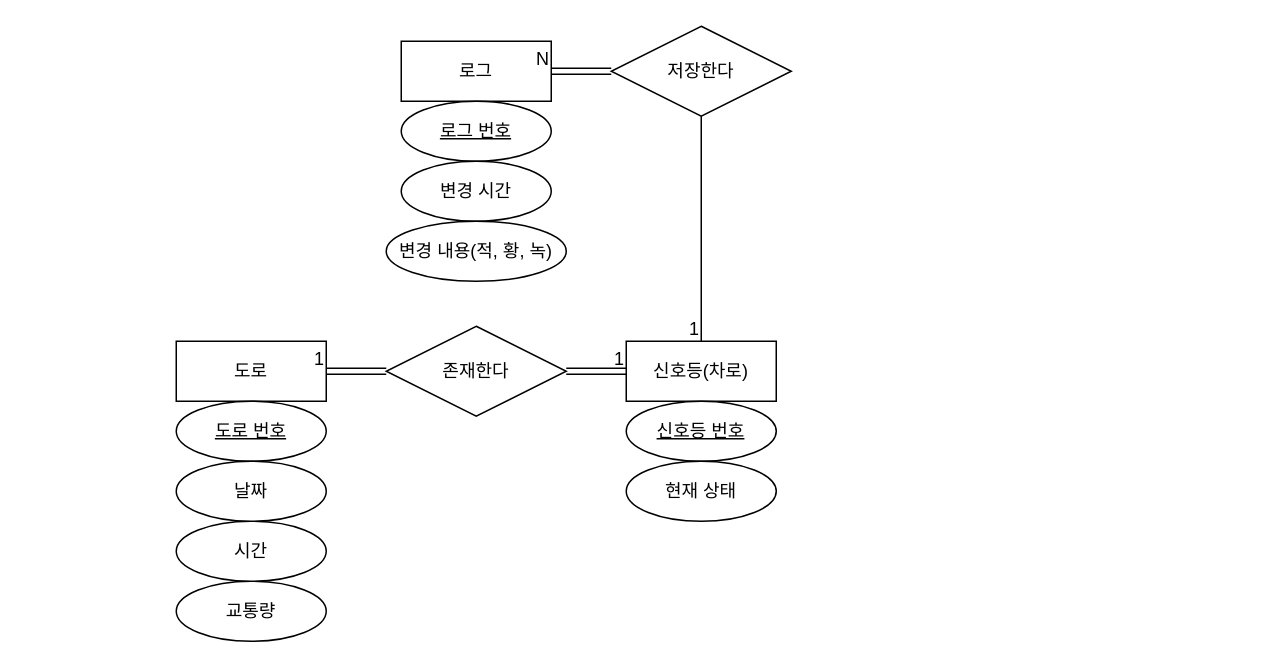
The draw.io diagram 캡스톤 디자인/ERD/교통관리.drawio in Wjfjs/Capstone, before the edit. Source tidied: cells renumbered, new cells numbered last; positions are measured from the earlier drawing's top-left corner, leaving out a move shared by most shapes. Both pictures are drawn from the tidied source at 150%, with x=0, y=0 at pixel (176, 26).
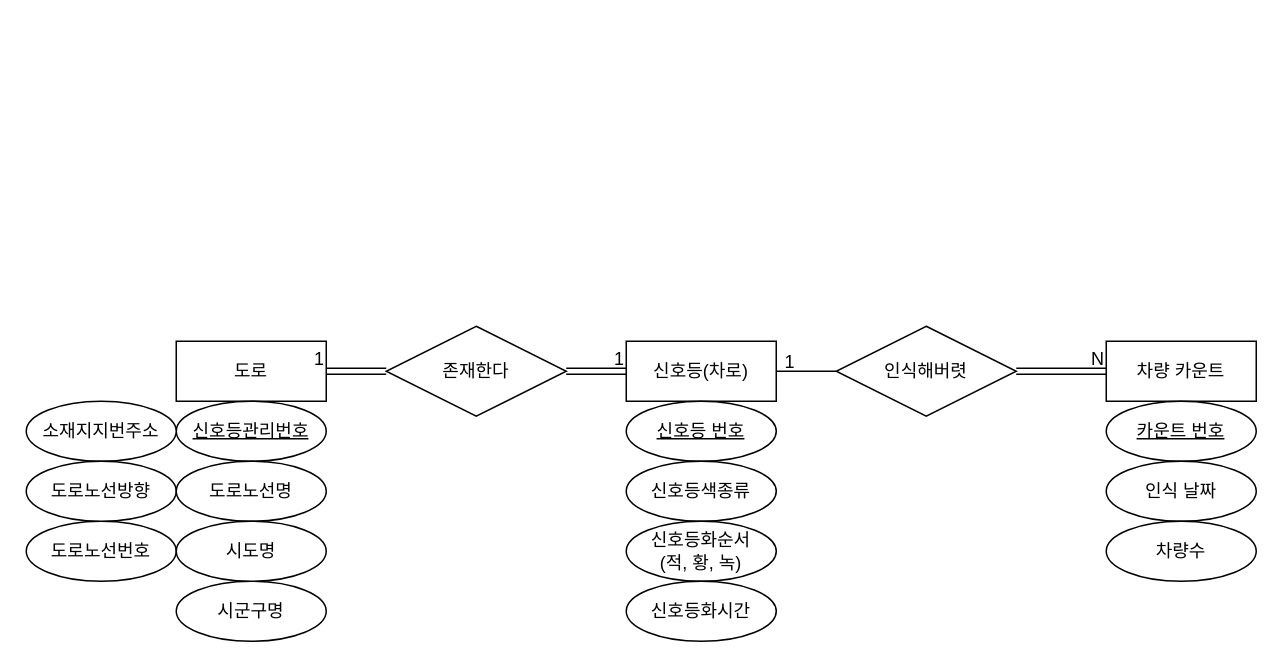
The same diagram, later.

Commit message:
교통관리.drawio 업데이트

The change refers to these unchanged cells:
```xml
<mxCell id="11" value="신호등(차로)" style="whiteSpace=wrap;html=1;align=center;" parent="1" vertex="1">
  <mxGeometry x="300" y="210" width="100" height="40" as="geometry" />
</mxCell>
```

What changed in the source:
```diff
@@
-    <mxCell id="3" value="교통량" style="ellipse;whiteSpace=wrap;html=1;align=center;" parent="1" vertex="1">
+    <mxCell id="3" value="시군구명" style="ellipse;whiteSpace=wrap;html=1;align=center;" parent="1" vertex="1">
       <mxGeometry y="370" width="100" height="40" as="geometry" />
     </mxCell>
-    <mxCell id="4" value="도로 번호" style="ellipse;whiteSpace=wrap;html=1;align=center;fontStyle=4;" parent="1" vertex="1">
+    <mxCell id="4" value="신호등관리번호" style="ellipse;whiteSpace=wrap;html=1;align=center;fontStyle=4;" parent="1" vertex="1">
       <mxGeometry y="250" width="100" height="40" as="geometry" />
     </mxCell>
-    <mxCell id="5" value="시간" style="ellipse;whiteSpace=wrap;html=1;align=center;" parent="1" vertex="1">
-      <mxGeometry y="330" width="100" height="40" as="geometry" />
+    <mxCell id="5" value="도로노선번호" style="ellipse;whiteSpace=wrap;html=1;align=center;" parent="1" vertex="1">
+      <mxGeometry x="-100" y="330" width="100" height="40" as="geometry" />
     </mxCell>
@@
-    <mxCell id="7" value="로그" style="whiteSpace=wrap;html=1;align=center;" parent="1" vertex="1">
-      <mxGeometry x="150" y="10" width="100" height="40" as="geometry" />
-    </mxCell>
-    <mxCell id="8" value="로그 번호" style="ellipse;whiteSpace=wrap;html=1;align=center;fontStyle=4;" parent="1" vertex="1">
-      <mxGeometry x="150" y="50" width="100" height="40" as="geometry" />
-    </mxCell>
-    <mxCell id="9" value="변경 시간" style="ellipse;whiteSpace=wrap;html=1;align=center;" parent="1" vertex="1">
-      <mxGeometry x="150" y="90" width="100" height="40" as="geometry" />
-    </mxCell>
-    <mxCell id="10" value="저장한다" style="shape=rhombus;perimeter=rhombusPerimeter;whiteSpace=wrap;html=1;align=center;" parent="1" vertex="1">
-      <mxGeometry x="290" width="120" height="60" as="geometry" />
-    </mxCell>
@@
-    <mxCell id="13" value="현재 상태" style="ellipse;whiteSpace=wrap;html=1;align=center;" parent="1" vertex="1">
+    <mxCell id="13" value="신호등색종류" style="ellipse;whiteSpace=wrap;html=1;align=center;" parent="1" vertex="1">
       <mxGeometry x="300" y="290" width="100" height="40" as="geometry" />
     </mxCell>
@@
-    <mxCell id="18" value="변경 내용(적, 황, 녹)" style="ellipse;whiteSpace=wrap;html=1;align=center;" parent="1" vertex="1">
-      <mxGeometry x="140" y="130" width="120" height="40" as="geometry" />
-    </mxCell>
-    <mxCell id="19" style="shape=link;html=1;rounded=0;entryX=1;entryY=0.5;entryDx=0;entryDy=0;exitX=0;exitY=0.5;exitDx=0;exitDy=0;" parent="1" edge="1" source="10" target="7">
-      <mxGeometry relative="1" as="geometry" />
-    </mxCell>
+    <mxCell id="24" value="차량 카운트" style="whiteSpace=wrap;html=1;align=center;" parent="1" vertex="1">
+      <mxGeometry x="620" y="210" width="100" height="40" as="geometry" />
+    </mxCell>
+    <mxCell id="25" value="카운트 번호" style="ellipse;whiteSpace=wrap;html=1;align=center;fontStyle=4;" parent="1" vertex="1">
+      <mxGeometry x="620" y="250" width="100" height="40" as="geometry" />
+    </mxCell>
+    <mxCell id="26" value="인식 날짜" style="ellipse;whiteSpace=wrap;html=1;align=center;" parent="1" vertex="1">
+      <mxGeometry x="620" y="290" width="100" height="40" as="geometry" />
+    </mxCell>
+    <mxCell id="27" value="차량수" style="ellipse;whiteSpace=wrap;html=1;align=center;" parent="1" vertex="1">
+      <mxGeometry x="620" y="330" width="100" height="40" as="geometry" />
+    </mxCell>
+    <mxCell id="28" value="소재지지번주소" style="ellipse;whiteSpace=wrap;html=1;align=center;" parent="1" vertex="1">
+      <mxGeometry x="-100" y="250" width="100" height="40" as="geometry" />
+    </mxCell>
+    <mxCell id="29" value="도로노선방향" style="ellipse;whiteSpace=wrap;html=1;align=center;" parent="1" vertex="1">
+      <mxGeometry x="-100" y="290" width="100" height="40" as="geometry" />
+    </mxCell>
+    <mxCell id="30" value="도로노선명" style="ellipse;whiteSpace=wrap;html=1;align=center;" parent="1" vertex="1">
+      <mxGeometry y="290" width="100" height="40" as="geometry" />
+    </mxCell>
+    <mxCell id="31" value="시도명" style="ellipse;whiteSpace=wrap;html=1;align=center;" parent="1" vertex="1">
+      <mxGeometry y="330" width="100" height="40" as="geometry" />
+    </mxCell>
+    <mxCell id="32" value="신호등화순서&lt;div&gt;(적, 황, 녹)&lt;/div&gt;" style="ellipse;whiteSpace=wrap;html=1;align=center;" parent="1" vertex="1">
+      <mxGeometry x="300" y="330" width="100" height="40" as="geometry" />
+    </mxCell>
+    <mxCell id="33" value="신호등화시간" style="ellipse;whiteSpace=wrap;html=1;align=center;" parent="1" vertex="1">
+      <mxGeometry x="300" y="370" width="100" height="40" as="geometry" />
+    </mxCell>
+    <mxCell id="34" value="인식해버렷" style="shape=rhombus;perimeter=rhombusPerimeter;whiteSpace=wrap;html=1;align=center;" parent="1" vertex="1">
+      <mxGeometry x="440" y="200" width="120" height="60" as="geometry" />
+    </mxCell>
+    <mxCell id="35" style="endArrow=none;html=1;rounded=0;entryX=0;entryY=0.5;entryDx=0;entryDy=0;" parent="1" edge="1" source="11" target="34">
+      <mxGeometry relative="1" as="geometry" />
+    </mxCell>
+    <mxCell id="36" style="shape=link;html=1;rounded=0;entryX=0;entryY=0.5;entryDx=0;entryDy=0;" parent="1" edge="1" source="34" target="24">
+      <mxGeometry relative="1" as="geometry" />
+    </mxCell>
-    <mxCell id="20" value="N" style="html=1;whiteSpace=wrap;align=right;verticalAlign=bottom;" parent="19" vertex="1">
+    <mxCell id="20" value="N" style="html=1;whiteSpace=wrap;align=right;verticalAlign=bottom;" parent="36" vertex="1">
       <mxGeometry x="1" relative="1" as="geometry" />
     </mxCell>
-    <mxCell id="21" style="endArrow=none;html=1;rounded=0;entryX=0.5;entryY=0;entryDx=0;entryDy=0;exitX=0.5;exitY=1;exitDx=0;exitDy=0;" parent="1" edge="1" source="10" target="11">
-      <mxGeometry relative="1" as="geometry" />
-    </mxCell>
-    <mxCell id="22" value="1" style="html=1;whiteSpace=wrap;align=right;verticalAlign=bottom;" parent="21" vertex="1">
-      <mxGeometry x="1" relative="1" as="geometry" />
+    <mxCell id="22" value="1" style="text;strokeColor=none;fillColor=none;spacingLeft=4;spacingRight=4;overflow=hidden;fontSize=12;whiteSpace=wrap;html=1;" parent="1" vertex="1">
+      <mxGeometry x="400" y="210" width="40" height="30" as="geometry" />
     </mxCell>
-    <mxCell id="23" value="날짜" style="ellipse;whiteSpace=wrap;html=1;align=center;" parent="1" vertex="1">
-      <mxGeometry y="290" width="100" height="40" as="geometry" />
-    </mxCell>
```
